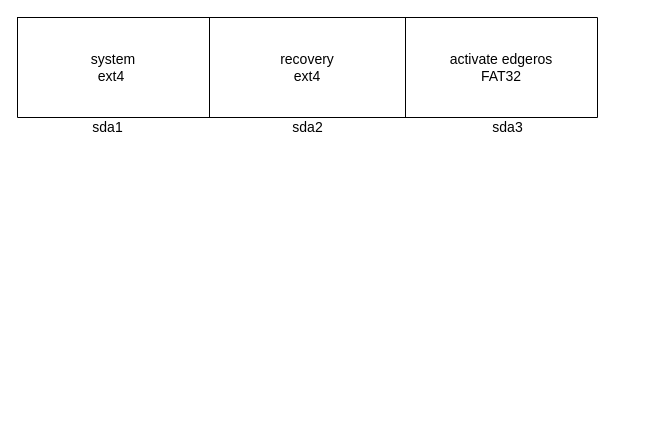
The draw.io diagram 工业爱智ghost磁盘分区.drawio in SongXiaoLongg/DrawIO, before the edit. Source tidied: cells renumbered, new cells numbered last; positions are measured from the earlier drawing's top-left corner, leaving out a move shared by most shapes. Both pictures are drawn from the tidied source at 100%, with x=0, y=0 at pixel (17, 17).
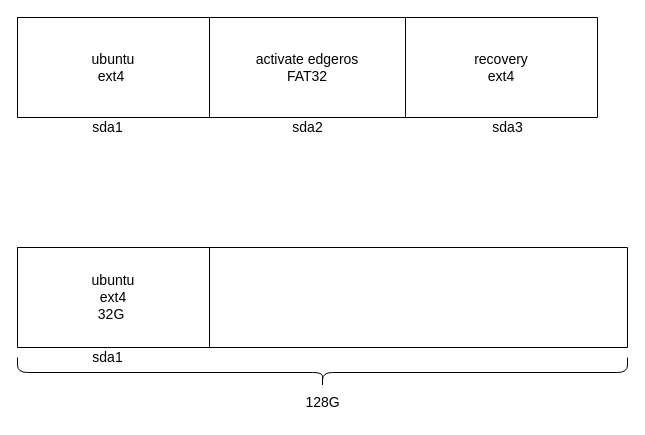
Above is the later version.

Commit message:
更新工业爱智ghost磁盘分区.drawio

The edit, as a diff of the source:
```diff
@@
 <mxGraphModel>
   <root>
     <mxCell id="0" />
     <mxCell id="1" parent="0" />
     <mxCell id="2" style="shape=table;startSize=0;childLayout=tableLayout;" parent="1" vertex="1">
       <mxGeometry width="580" height="100" as="geometry" />
     </mxCell>
     <mxCell id="3" style="shape=tableRow;horizontal=0;startSize=0;swimlaneHead=0;swimlaneBody=0;top=0;left=0;bottom=0;right=0;fillColor=none;" parent="2" vertex="1">
       <mxGeometry width="580" height="100" as="geometry" />
     </mxCell>
-    <mxCell id="4" value="&lt;font style=&quot;font-size: 14px;&quot;&gt;system&lt;br&gt;ext4&amp;nbsp;&lt;/font&gt;" style="shape=partialRectangle;html=1;whiteSpace=wrap;overflow=hidden;fillColor=none;top=0;left=0;bottom=0;right=0;" parent="3" vertex="1">
+    <mxCell id="4" value="&lt;font style=&quot;font-size: 14px;&quot;&gt;ubuntu&lt;br&gt;ext4&amp;nbsp;&lt;/font&gt;" style="shape=partialRectangle;html=1;whiteSpace=wrap;overflow=hidden;fillColor=none;top=0;left=0;bottom=0;right=0;" parent="3" vertex="1">
       <mxGeometry width="192" height="100" as="geometry" />
     </mxCell>
-    <mxCell id="5" value="&lt;font style=&quot;font-size: 14px;&quot;&gt;recovery&lt;br&gt;ext4&lt;/font&gt;" style="shape=partialRectangle;html=1;whiteSpace=wrap;overflow=hidden;fillColor=none;top=0;left=0;bottom=0;right=0;" parent="3" vertex="1">
+    <mxCell id="5" value="&lt;span style=&quot;font-size: 14px;&quot;&gt;activate edgeros&lt;/span&gt;&lt;br style=&quot;font-size: 14px;&quot;&gt;&lt;span style=&quot;font-size: 14px;&quot;&gt;FAT32&lt;/span&gt;" style="shape=partialRectangle;html=1;whiteSpace=wrap;overflow=hidden;fillColor=none;top=0;left=0;bottom=0;right=0;" parent="3" vertex="1">
       <mxGeometry x="192" width="196" height="100" as="geometry" />
     </mxCell>
-    <mxCell id="6" value="&lt;font style=&quot;font-size: 14px;&quot;&gt;activate edgeros&lt;br&gt;FAT32&lt;/font&gt;" style="shape=partialRectangle;html=1;whiteSpace=wrap;overflow=hidden;fillColor=none;top=0;left=0;bottom=0;right=0;" parent="3" vertex="1">
+    <mxCell id="6" value="&lt;font style=&quot;font-size: 14px;&quot;&gt;recovery&lt;br&gt;ext4&lt;br&gt;&lt;/font&gt;" style="shape=partialRectangle;html=1;whiteSpace=wrap;overflow=hidden;fillColor=none;top=0;left=0;bottom=0;right=0;" parent="3" vertex="1">
       <mxGeometry x="388" width="192" height="100" as="geometry" />
     </mxCell>
     <mxCell id="7" value="sda1" style="text;html=1;align=center;verticalAlign=middle;strokeColor=none;fillColor=none;fontSize=14;" parent="1" vertex="1">
       <mxGeometry x="65" y="95" width="50" height="30" as="geometry" />
     </mxCell>
     <mxCell id="8" value="sda2" style="text;html=1;align=center;verticalAlign=middle;strokeColor=none;fillColor=none;fontSize=14;" parent="1" vertex="1">
       <mxGeometry x="265" y="95" width="50" height="30" as="geometry" />
     </mxCell>
     <mxCell id="9" value="sda3" style="text;html=1;align=center;verticalAlign=middle;strokeColor=none;fillColor=none;fontSize=14;" parent="1" vertex="1">
       <mxGeometry x="465" y="95" width="50" height="30" as="geometry" />
     </mxCell>
+    <mxCell id="10" style="shape=table;startSize=0;childLayout=tableLayout;" parent="1" vertex="1">
+      <mxGeometry y="230" width="610" height="100" as="geometry" />
+    </mxCell>
+    <mxCell id="11" style="shape=tableRow;horizontal=0;startSize=0;swimlaneHead=0;swimlaneBody=0;top=0;left=0;bottom=0;right=0;fillColor=none;" parent="10" vertex="1">
+      <mxGeometry width="610" height="100" as="geometry" />
+    </mxCell>
+    <mxCell id="12" value="&lt;font style=&quot;font-size: 14px;&quot;&gt;ubuntu&lt;br&gt;ext4&lt;br&gt;32G&amp;nbsp;&lt;/font&gt;" style="shape=partialRectangle;html=1;whiteSpace=wrap;overflow=hidden;fillColor=none;top=0;left=0;bottom=0;right=0;" parent="11" vertex="1">
+      <mxGeometry width="192" height="100" as="geometry" />
+    </mxCell>
+    <mxCell id="13" style="shape=partialRectangle;html=1;whiteSpace=wrap;overflow=hidden;fillColor=none;top=0;left=0;bottom=0;right=0;" parent="11" vertex="1">
+      <mxGeometry x="192" width="418" height="100" as="geometry" />
+    </mxCell>
+    <mxCell id="14" value="sda1" style="text;html=1;align=center;verticalAlign=middle;strokeColor=none;fillColor=none;fontSize=14;" parent="1" vertex="1">
+      <mxGeometry x="65" y="325" width="50" height="30" as="geometry" />
+    </mxCell>
+    <mxCell id="15" style="shape=curlyBracket;whiteSpace=wrap;html=1;rounded=1;flipH=1;fontSize=14;rotation=90;" parent="1" vertex="1">
+      <mxGeometry x="290" y="50" width="30" height="610" as="geometry" />
+    </mxCell>
+    <mxCell id="16" value="128G" style="text;html=1;align=center;verticalAlign=middle;strokeColor=none;fillColor=none;fontSize=14;" parent="1" vertex="1">
+      <mxGeometry x="275" y="370" width="60" height="30" as="geometry" />
+    </mxCell>
   </root>
 </mxGraphModel>
```
